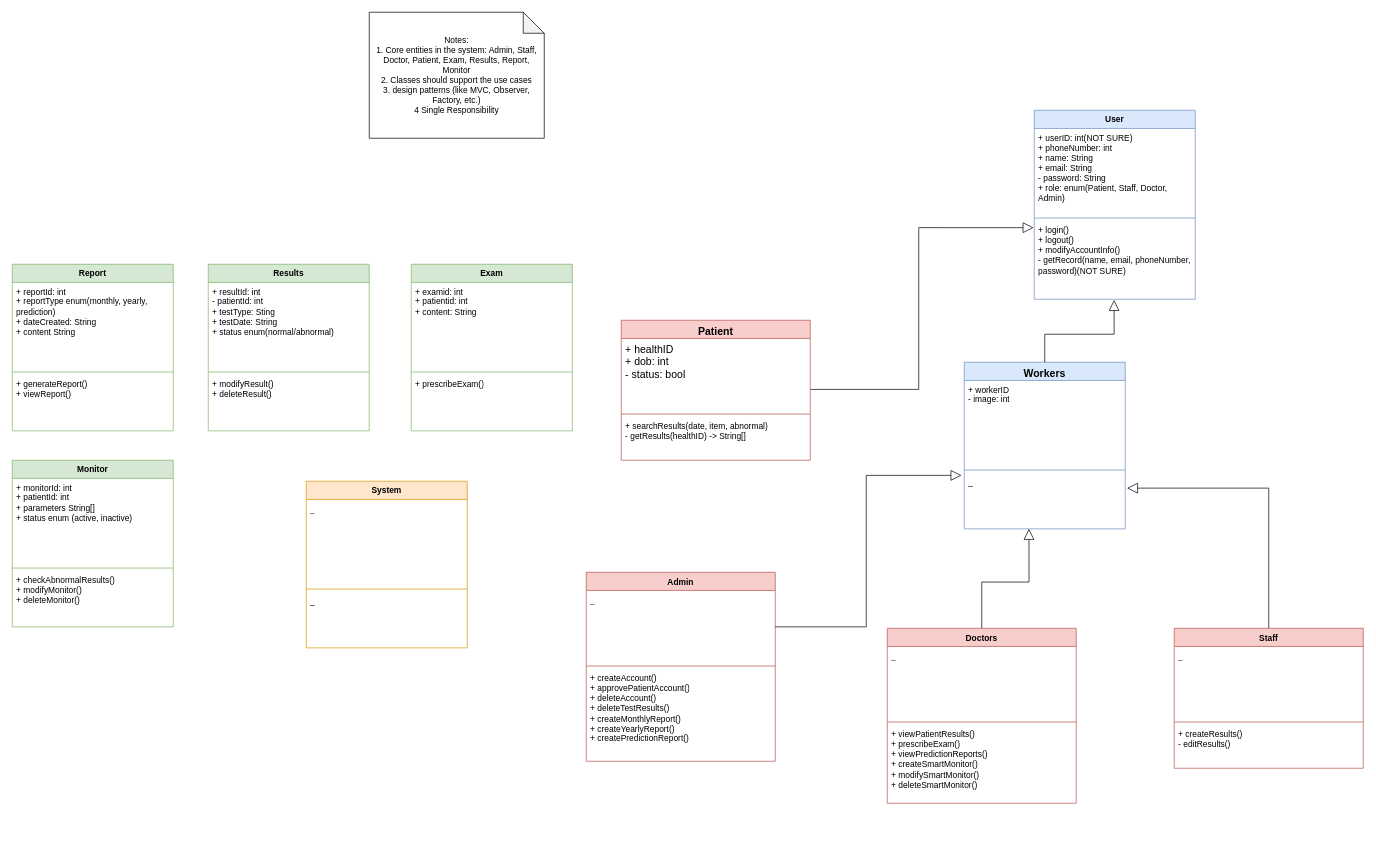
The draw.io diagram Project_Documentation/class_design/3.1 Logical Viewpoint.drawio in IndecentTulip/Online-Health-Monitoring-System, before the edit. Source tidied: cells renumbered, new cells numbered last; positions are measured from the earlier drawing's top-left corner, leaving out a move shared by most shapes. Both pictures are drawn from the tidied source at 70%, with x=0, y=0 at pixel (12, 12).
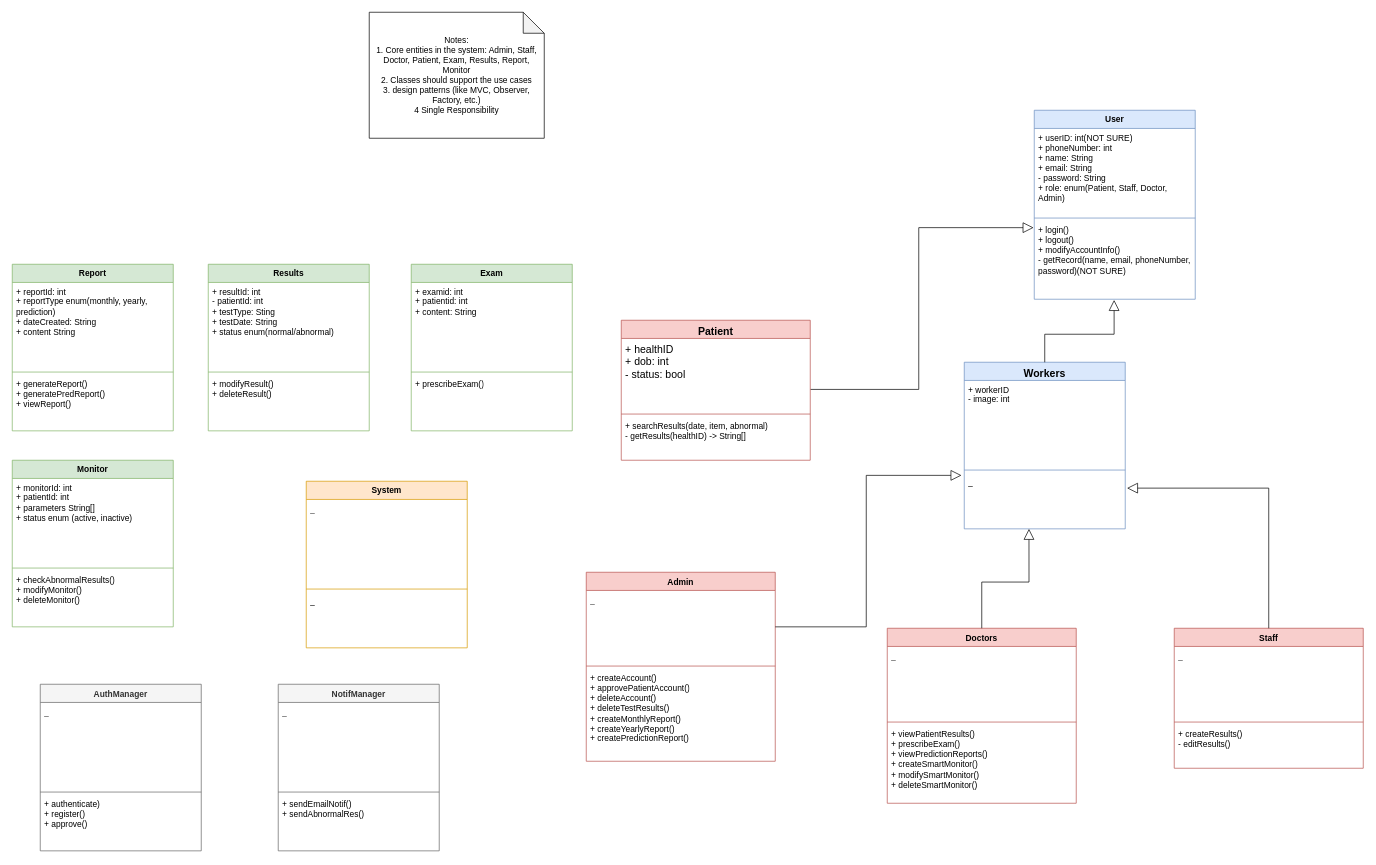
After the change.

The change refers to these unchanged cells:
```xml
<mxCell id="40" value="Report" style="swimlane;fontStyle=1;align=center;verticalAlign=top;horizontal=1;startSize=26;whiteSpace=wrap;html=1;fillColor=#d5e8d4;strokeColor=#82b366;" parent="1" vertex="1">
  <mxGeometry y="360" width="230" height="238" as="geometry" />
</mxCell>
```

The edit, as a diff of the source:
```diff
@@
-    <mxCell id="43" value="+ generateReport()&lt;br&gt;+ viewReport()" style="text;strokeColor=none;fillColor=none;align=left;verticalAlign=top;spacingLeft=4;spacingRight=4;overflow=hidden;whiteSpace=wrap;html=1;" parent="40" vertex="1">
+    <mxCell id="43" value="+ generateReport()&lt;br&gt;+ generatePredReport()&lt;br&gt;+ viewReport()" style="text;strokeColor=none;fillColor=none;align=left;verticalAlign=top;spacingLeft=4;spacingRight=4;overflow=hidden;whiteSpace=wrap;html=1;" parent="40" vertex="1">
       <mxGeometry y="158" width="230" height="80" as="geometry" />
     </mxCell>
@@
+    <mxCell id="52" value="AuthManager" style="swimlane;fontStyle=1;align=center;verticalAlign=top;horizontal=1;startSize=26;whiteSpace=wrap;html=1;fillColor=#f5f5f5;strokeColor=#666666;fontColor=#333333;" parent="1" vertex="1">
+      <mxGeometry x="40" y="960" width="230" height="238" as="geometry" />
+    </mxCell>
+    <mxCell id="53" value="_" style="text;strokeColor=none;fillColor=none;align=left;verticalAlign=top;spacingLeft=4;spacingRight=4;overflow=hidden;whiteSpace=wrap;html=1;" parent="52" vertex="1">
+      <mxGeometry y="26" width="230" height="124" as="geometry" />
+    </mxCell>
+    <mxCell id="54" style="line;strokeWidth=1;fillColor=none;align=left;verticalAlign=middle;spacingTop=-1;spacingLeft=3;spacingRight=3;labelPosition=right;strokeColor=inherit;" parent="52" vertex="1">
+      <mxGeometry y="150" width="230" height="8" as="geometry" />
+    </mxCell>
+    <mxCell id="55" value="&lt;div&gt;+ authenticate)&lt;/div&gt;&lt;div&gt;+ register()&lt;br&gt;+ approve()&lt;br&gt;&lt;/div&gt;" style="text;strokeColor=none;fillColor=none;align=left;verticalAlign=top;spacingLeft=4;spacingRight=4;overflow=hidden;whiteSpace=wrap;html=1;" parent="52" vertex="1">
+      <mxGeometry y="158" width="230" height="80" as="geometry" />
+    </mxCell>
+    <mxCell id="56" value="NotifManager" style="swimlane;fontStyle=1;align=center;verticalAlign=top;horizontal=1;startSize=26;whiteSpace=wrap;html=1;fillColor=#f5f5f5;strokeColor=#666666;fontColor=#333333;" parent="1" vertex="1">
+      <mxGeometry x="380" y="960" width="230" height="238" as="geometry" />
+    </mxCell>
+    <mxCell id="57" value="_" style="text;strokeColor=none;fillColor=none;align=left;verticalAlign=top;spacingLeft=4;spacingRight=4;overflow=hidden;whiteSpace=wrap;html=1;" parent="56" vertex="1">
+      <mxGeometry y="26" width="230" height="124" as="geometry" />
+    </mxCell>
+    <mxCell id="58" style="line;strokeWidth=1;fillColor=none;align=left;verticalAlign=middle;spacingTop=-1;spacingLeft=3;spacingRight=3;labelPosition=right;strokeColor=inherit;" parent="56" vertex="1">
+      <mxGeometry y="150" width="230" height="8" as="geometry" />
+    </mxCell>
+    <mxCell id="59" value="&lt;div&gt;+ sendEmailNotif()&lt;/div&gt;&lt;div&gt;+ sendAbnormalRes()&lt;br&gt;&lt;/div&gt;" style="text;strokeColor=none;fillColor=none;align=left;verticalAlign=top;spacingLeft=4;spacingRight=4;overflow=hidden;whiteSpace=wrap;html=1;" parent="56" vertex="1">
+      <mxGeometry y="158" width="230" height="80" as="geometry" />
+    </mxCell>
```
